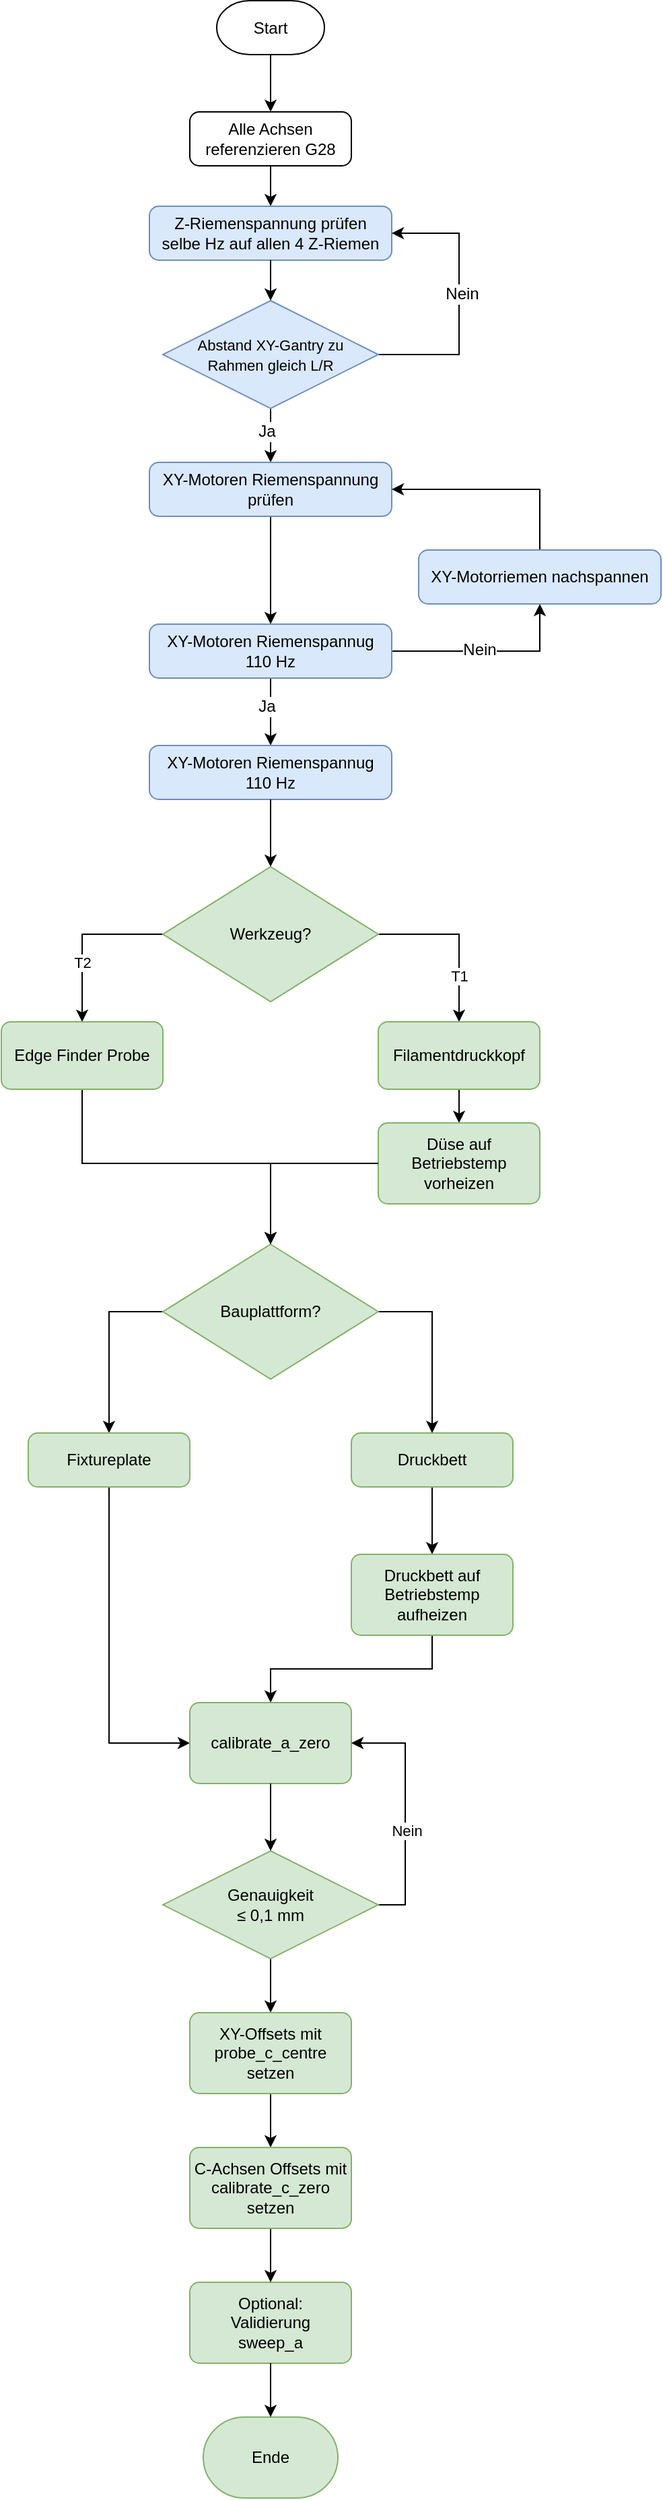
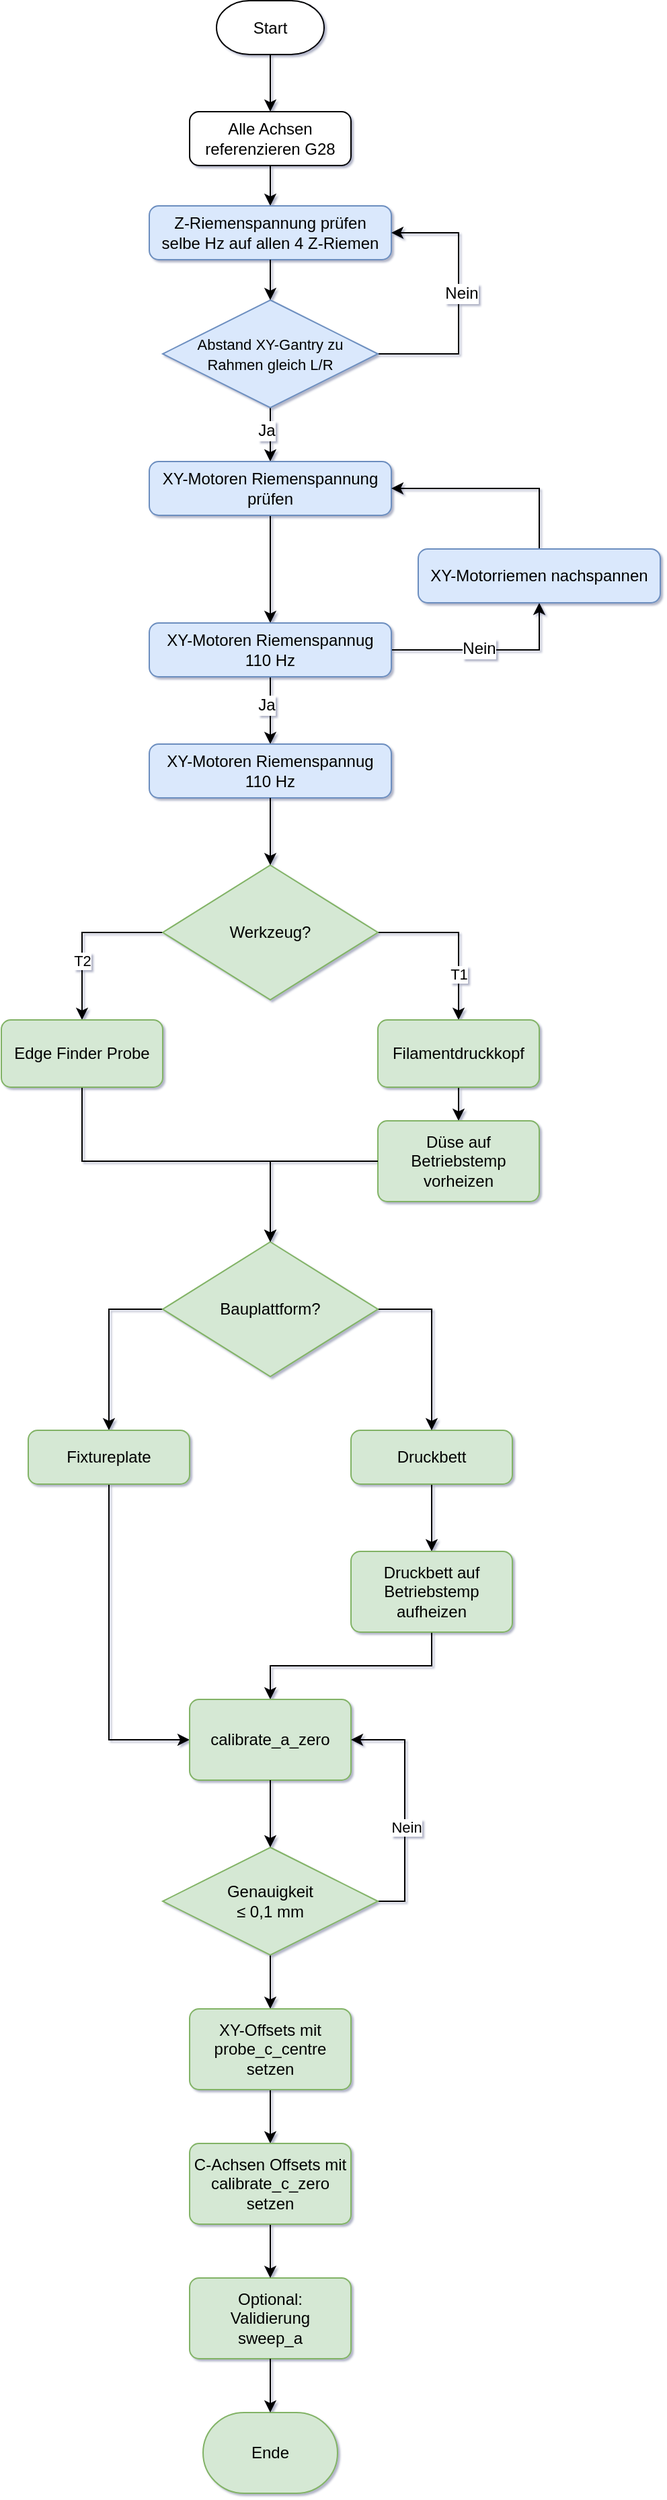
<mxfile host="app.diagrams.net" agent="5.0 (Windows NT 10.0; Win64; x64) AppleWebKit/537.36 (KHTML, like Gecko) Chrome/90.0.4430.212 Safari/537.36">
  <diagram name="Page-1" id="edf60f1a-56cd-e834-aa8a-f176f3a09ee4">
-     <mxGraphModel dx="2828" dy="1554" grid="1" gridSize="10" guides="1" tooltips="1" connect="1" arrows="1" fold="1" page="1" pageScale="1" pageWidth="827" pageHeight="1169" background="none" math="0" shadow="0">
+     <mxGraphModel dx="1285" dy="706" grid="1" gridSize="10" guides="1" tooltips="1" connect="1" arrows="1" fold="1" page="1" pageScale="1" pageWidth="827" pageHeight="1169" background="none" math="0" shadow="1">
      <root>
        <mxCell id="0" />
        <mxCell id="1" parent="0" />
        <mxCell id="6Rv4Ys9wquxRduYXBmIy-14" edge="1" parent="1" source="6Rv4Ys9wquxRduYXBmIy-1" style="edgeStyle=orthogonalEdgeStyle;rounded=0;orthogonalLoop=1;jettySize=auto;html=1;entryX=0.5;entryY=0;entryDx=0;entryDy=0;" target="_VjE9AJelsqWNRG-cR2B-2" value="">
          <mxGeometry relative="1" as="geometry">
            <mxPoint x="260" y="160" as="targetPoint" />
          </mxGeometry>
        </mxCell>
        <mxCell id="6Rv4Ys9wquxRduYXBmIy-1" parent="1" style="rounded=1;whiteSpace=wrap;html=1;strokeWidth=1;shape=mxgraph.flowchart.terminator;" value="Start" vertex="1">
          <mxGeometry height="40" width="80" x="220" y="77.5" as="geometry" />
        </mxCell>
        <mxCell id="_VjE9AJelsqWNRG-cR2B-6" edge="1" parent="1" source="_VjE9AJelsqWNRG-cR2B-2" style="edgeStyle=orthogonalEdgeStyle;rounded=0;orthogonalLoop=1;jettySize=auto;html=1;exitX=0.5;exitY=1;exitDx=0;exitDy=0;entryX=0.5;entryY=0;entryDx=0;entryDy=0;fontFamily=Helvetica;fontSize=12;fontColor=default;" target="_VjE9AJelsqWNRG-cR2B-5">
          <mxGeometry relative="1" as="geometry" />
        </mxCell>
        <mxCell id="_VjE9AJelsqWNRG-cR2B-2" parent="1" style="rounded=1;whiteSpace=wrap;html=1;absoluteArcSize=1;arcSize=14;strokeWidth=1;strokeColor=default;align=center;verticalAlign=middle;fontFamily=Helvetica;fontSize=12;fontColor=default;fillColor=default;" value="Alle Achsen referenzieren G28" vertex="1">
          <mxGeometry height="40" width="120" x="200" y="160" as="geometry" />
        </mxCell>
        <mxCell id="_VjE9AJelsqWNRG-cR2B-5" parent="1" style="rounded=1;whiteSpace=wrap;html=1;absoluteArcSize=1;arcSize=14;strokeWidth=1;strokeColor=#6c8ebf;align=center;verticalAlign=middle;fontFamily=Helvetica;fontSize=12;fillColor=#dae8fc;" value="Z-Riemenspannung prüfen&lt;div&gt;selbe Hz auf allen 4 Z-Riemen&lt;/div&gt;" vertex="1">
          <mxGeometry height="40" width="180" x="170" y="230" as="geometry" />
        </mxCell>
        <mxCell id="_VjE9AJelsqWNRG-cR2B-9" edge="1" parent="1" source="_VjE9AJelsqWNRG-cR2B-7" style="edgeStyle=orthogonalEdgeStyle;rounded=0;orthogonalLoop=1;jettySize=auto;html=1;exitX=1;exitY=0.5;exitDx=0;exitDy=0;exitPerimeter=0;entryX=1;entryY=0.5;entryDx=0;entryDy=0;fontFamily=Helvetica;fontSize=12;fontColor=default;" target="_VjE9AJelsqWNRG-cR2B-5">
          <mxGeometry relative="1" as="geometry">
            <Array as="points">
              <mxPoint x="400" y="340" />
              <mxPoint x="400" y="250" />
            </Array>
          </mxGeometry>
        </mxCell>
        <mxCell id="_VjE9AJelsqWNRG-cR2B-10" connectable="0" parent="_VjE9AJelsqWNRG-cR2B-9" style="edgeLabel;html=1;align=center;verticalAlign=middle;resizable=0;points=[];rounded=1;strokeColor=default;strokeWidth=1;arcSize=14;absoluteArcSize=1;fontFamily=Helvetica;fontSize=12;fontColor=default;fillColor=default;" value="Nein" vertex="1">
          <mxGeometry relative="1" x="0.0496" y="-2" as="geometry">
            <mxPoint as="offset" />
          </mxGeometry>
        </mxCell>
        <mxCell id="_VjE9AJelsqWNRG-cR2B-12" edge="1" parent="1" source="_VjE9AJelsqWNRG-cR2B-7" style="edgeStyle=orthogonalEdgeStyle;rounded=0;orthogonalLoop=1;jettySize=auto;html=1;exitX=0.5;exitY=1;exitDx=0;exitDy=0;exitPerimeter=0;entryX=0.5;entryY=0;entryDx=0;entryDy=0;fontFamily=Helvetica;fontSize=12;fontColor=default;" target="_VjE9AJelsqWNRG-cR2B-16">
          <mxGeometry relative="1" as="geometry">
            <mxPoint x="260" y="430" as="targetPoint" />
          </mxGeometry>
        </mxCell>
        <mxCell id="_VjE9AJelsqWNRG-cR2B-14" connectable="0" parent="_VjE9AJelsqWNRG-cR2B-12" style="edgeLabel;html=1;align=center;verticalAlign=middle;resizable=0;points=[];rounded=1;strokeColor=default;strokeWidth=1;arcSize=14;absoluteArcSize=1;fontFamily=Helvetica;fontSize=12;fontColor=default;fillColor=default;" value="Ja" vertex="1">
          <mxGeometry relative="1" x="-0.1467" y="-3" as="geometry">
            <mxPoint as="offset" />
          </mxGeometry>
        </mxCell>
        <mxCell id="_VjE9AJelsqWNRG-cR2B-7" parent="1" style="strokeWidth=1;html=1;shape=mxgraph.flowchart.decision;whiteSpace=wrap;rounded=1;strokeColor=#6c8ebf;align=center;verticalAlign=middle;arcSize=14;absoluteArcSize=1;fontFamily=Helvetica;fontSize=12;fillColor=#dae8fc;" value="&lt;font style=&quot;font-size: 11px;&quot;&gt;Abstand XY-Gantry zu&lt;br&gt;Rahmen gleich L/R&lt;/font&gt;" vertex="1">
          <mxGeometry height="80" width="160" x="180" y="300" as="geometry" />
        </mxCell>
        <mxCell id="_VjE9AJelsqWNRG-cR2B-8" edge="1" parent="1" source="_VjE9AJelsqWNRG-cR2B-5" style="edgeStyle=orthogonalEdgeStyle;rounded=0;orthogonalLoop=1;jettySize=auto;html=1;exitX=0.5;exitY=1;exitDx=0;exitDy=0;entryX=0.5;entryY=0;entryDx=0;entryDy=0;entryPerimeter=0;fontFamily=Helvetica;fontSize=12;fontColor=default;" target="_VjE9AJelsqWNRG-cR2B-7">
          <mxGeometry relative="1" as="geometry" />
        </mxCell>
        <mxCell id="_VjE9AJelsqWNRG-cR2B-20" edge="1" parent="1" source="_VjE9AJelsqWNRG-cR2B-16" style="edgeStyle=orthogonalEdgeStyle;rounded=0;orthogonalLoop=1;jettySize=auto;html=1;fontFamily=Helvetica;fontSize=12;fontColor=default;" target="_VjE9AJelsqWNRG-cR2B-19" value="">
          <mxGeometry relative="1" as="geometry" />
        </mxCell>
        <mxCell id="_VjE9AJelsqWNRG-cR2B-16" parent="1" style="rounded=1;whiteSpace=wrap;html=1;absoluteArcSize=1;arcSize=14;strokeWidth=1;strokeColor=#6c8ebf;align=center;verticalAlign=middle;fontFamily=Helvetica;fontSize=12;fillColor=#dae8fc;" value="XY-Motoren Riemenspannung prüfen" vertex="1">
          <mxGeometry height="40" width="180" x="170" y="420" as="geometry" />
        </mxCell>
        <mxCell id="_VjE9AJelsqWNRG-cR2B-23" edge="1" parent="1" source="_VjE9AJelsqWNRG-cR2B-19" style="edgeStyle=orthogonalEdgeStyle;rounded=0;orthogonalLoop=1;jettySize=auto;html=1;fontFamily=Helvetica;fontSize=12;fontColor=default;entryX=0.5;entryY=1;entryDx=0;entryDy=0;" target="_VjE9AJelsqWNRG-cR2B-22" value="">
          <mxGeometry relative="1" as="geometry" />
        </mxCell>
        <mxCell id="_VjE9AJelsqWNRG-cR2B-25" connectable="0" parent="_VjE9AJelsqWNRG-cR2B-23" style="edgeLabel;html=1;align=center;verticalAlign=middle;resizable=0;points=[];rounded=1;strokeColor=default;strokeWidth=1;arcSize=14;absoluteArcSize=1;fontFamily=Helvetica;fontSize=12;fontColor=default;fillColor=default;" value="Nein" vertex="1">
          <mxGeometry relative="1" x="-0.1088" y="1" as="geometry">
            <mxPoint as="offset" />
          </mxGeometry>
        </mxCell>
        <mxCell id="_VjE9AJelsqWNRG-cR2B-27" edge="1" parent="1" source="_VjE9AJelsqWNRG-cR2B-19" style="edgeStyle=orthogonalEdgeStyle;rounded=0;orthogonalLoop=1;jettySize=auto;html=1;fontFamily=Helvetica;fontSize=12;fontColor=default;" target="_VjE9AJelsqWNRG-cR2B-26" value="">
          <mxGeometry relative="1" as="geometry" />
        </mxCell>
        <mxCell id="_VjE9AJelsqWNRG-cR2B-28" connectable="0" parent="_VjE9AJelsqWNRG-cR2B-27" style="edgeLabel;html=1;align=center;verticalAlign=middle;resizable=0;points=[];rounded=1;strokeColor=default;strokeWidth=1;arcSize=14;absoluteArcSize=1;fontFamily=Helvetica;fontSize=12;fontColor=default;fillColor=default;" value="Ja" vertex="1">
          <mxGeometry relative="1" x="-0.176" y="-3" as="geometry">
            <mxPoint as="offset" />
          </mxGeometry>
        </mxCell>
        <mxCell id="_VjE9AJelsqWNRG-cR2B-19" parent="1" style="rounded=1;whiteSpace=wrap;html=1;absoluteArcSize=1;arcSize=14;strokeWidth=1;strokeColor=#6c8ebf;align=center;verticalAlign=middle;fontFamily=Helvetica;fontSize=12;fillColor=#dae8fc;" value="XY-Motoren Riemenspannug&lt;div&gt;110 Hz&lt;/div&gt;" vertex="1">
          <mxGeometry height="40" width="180" x="170" y="540" as="geometry" />
        </mxCell>
        <mxCell id="_VjE9AJelsqWNRG-cR2B-24" edge="1" parent="1" source="_VjE9AJelsqWNRG-cR2B-22" style="edgeStyle=orthogonalEdgeStyle;rounded=0;orthogonalLoop=1;jettySize=auto;html=1;exitX=0.5;exitY=0;exitDx=0;exitDy=0;entryX=1;entryY=0.5;entryDx=0;entryDy=0;fontFamily=Helvetica;fontSize=12;fontColor=default;" target="_VjE9AJelsqWNRG-cR2B-16">
          <mxGeometry relative="1" as="geometry" />
        </mxCell>
        <mxCell id="_VjE9AJelsqWNRG-cR2B-22" parent="1" style="rounded=1;whiteSpace=wrap;html=1;absoluteArcSize=1;arcSize=14;strokeWidth=1;strokeColor=#6c8ebf;align=center;verticalAlign=middle;fontFamily=Helvetica;fontSize=12;fillColor=#dae8fc;" value="XY-Motorriemen nachspannen" vertex="1">
          <mxGeometry height="40" width="180" x="370" y="485" as="geometry" />
        </mxCell>
        <mxCell id="_VjE9AJelsqWNRG-cR2B-26" parent="1" style="rounded=1;whiteSpace=wrap;html=1;absoluteArcSize=1;arcSize=14;strokeWidth=1;strokeColor=#6c8ebf;align=center;verticalAlign=middle;fontFamily=Helvetica;fontSize=12;fillColor=#dae8fc;" value="XY-Motoren Riemenspannug&lt;div&gt;110 Hz&lt;/div&gt;" vertex="1">
          <mxGeometry height="40" width="180" x="170" y="630" as="geometry" />
        </mxCell>
        <mxCell id="yzWLUrRVBPCjE_x2O5sb-3" edge="1" parent="1" source="_VjE9AJelsqWNRG-cR2B-31" style="edgeStyle=orthogonalEdgeStyle;rounded=0;orthogonalLoop=1;jettySize=auto;html=1;exitX=0;exitY=0.5;exitDx=0;exitDy=0;exitPerimeter=0;entryX=0.5;entryY=0;entryDx=0;entryDy=0;" target="_VjE9AJelsqWNRG-cR2B-47">
          <mxGeometry relative="1" as="geometry" />
        </mxCell>
        <mxCell id="yzWLUrRVBPCjE_x2O5sb-6" connectable="0" parent="yzWLUrRVBPCjE_x2O5sb-3" style="edgeLabel;html=1;align=center;verticalAlign=middle;resizable=0;points=[];" value="T2" vertex="1">
          <mxGeometry relative="1" x="0.0798" y="-2" as="geometry">
            <mxPoint x="2" y="13" as="offset" />
          </mxGeometry>
        </mxCell>
        <mxCell id="yzWLUrRVBPCjE_x2O5sb-4" edge="1" parent="1" source="_VjE9AJelsqWNRG-cR2B-31" style="edgeStyle=orthogonalEdgeStyle;rounded=0;orthogonalLoop=1;jettySize=auto;html=1;exitX=1;exitY=0.5;exitDx=0;exitDy=0;exitPerimeter=0;entryX=0.5;entryY=0;entryDx=0;entryDy=0;" target="_VjE9AJelsqWNRG-cR2B-33">
          <mxGeometry relative="1" as="geometry" />
        </mxCell>
        <mxCell id="yzWLUrRVBPCjE_x2O5sb-5" connectable="0" parent="yzWLUrRVBPCjE_x2O5sb-4" style="edgeLabel;html=1;align=center;verticalAlign=middle;resizable=0;points=[];" value="T1" vertex="1">
          <mxGeometry relative="1" x="0.1738" y="2" as="geometry">
            <mxPoint x="-2" y="17" as="offset" />
          </mxGeometry>
        </mxCell>
        <mxCell id="_VjE9AJelsqWNRG-cR2B-31" parent="1" style="strokeWidth=1;html=1;shape=mxgraph.flowchart.decision;whiteSpace=wrap;rounded=1;align=center;verticalAlign=middle;arcSize=14;absoluteArcSize=1;fontFamily=Helvetica;fontSize=12;fillColor=#d5e8d4;strokeColor=#82b366;" value="Werkzeug?" vertex="1">
          <mxGeometry height="100" width="160" x="180" y="720" as="geometry" />
        </mxCell>
        <mxCell id="_VjE9AJelsqWNRG-cR2B-32" edge="1" parent="1" source="_VjE9AJelsqWNRG-cR2B-26" style="edgeStyle=orthogonalEdgeStyle;rounded=0;orthogonalLoop=1;jettySize=auto;html=1;exitX=0.5;exitY=1;exitDx=0;exitDy=0;entryX=0.5;entryY=0;entryDx=0;entryDy=0;entryPerimeter=0;fontFamily=Helvetica;fontSize=12;fontColor=default;" target="_VjE9AJelsqWNRG-cR2B-31">
          <mxGeometry relative="1" as="geometry" />
        </mxCell>
        <mxCell id="yzWLUrRVBPCjE_x2O5sb-7" edge="1" parent="1" source="_VjE9AJelsqWNRG-cR2B-33" style="edgeStyle=orthogonalEdgeStyle;rounded=0;orthogonalLoop=1;jettySize=auto;html=1;exitX=0.5;exitY=1;exitDx=0;exitDy=0;entryX=0.5;entryY=0;entryDx=0;entryDy=0;" target="_VjE9AJelsqWNRG-cR2B-52">
          <mxGeometry relative="1" as="geometry" />
        </mxCell>
        <mxCell id="_VjE9AJelsqWNRG-cR2B-33" parent="1" style="whiteSpace=wrap;html=1;strokeWidth=1;rounded=1;arcSize=14;absoluteArcSize=1;fillColor=#d5e8d4;strokeColor=#82b366;" value="Filamentdruckkopf" vertex="1">
          <mxGeometry height="50" width="120" x="340" y="835" as="geometry" />
        </mxCell>
        <mxCell id="-hY4OvKay7_CAMQPIOxO-2" edge="1" parent="1" source="_VjE9AJelsqWNRG-cR2B-36" style="edgeStyle=orthogonalEdgeStyle;rounded=0;orthogonalLoop=1;jettySize=auto;html=1;" target="-hY4OvKay7_CAMQPIOxO-1" value="">
          <mxGeometry relative="1" as="geometry" />
        </mxCell>
        <mxCell id="_VjE9AJelsqWNRG-cR2B-36" parent="1" style="whiteSpace=wrap;html=1;strokeWidth=1;rounded=1;arcSize=14;absoluteArcSize=1;fillColor=#d5e8d4;strokeColor=#82b366;" value="Druckbett" vertex="1">
          <mxGeometry height="40" width="120" x="320" y="1140" as="geometry" />
        </mxCell>
        <mxCell id="_VjE9AJelsqWNRG-cR2B-73" edge="1" parent="1" source="_VjE9AJelsqWNRG-cR2B-42" style="edgeStyle=orthogonalEdgeStyle;rounded=0;orthogonalLoop=1;jettySize=auto;html=1;exitX=1;exitY=0.5;exitDx=0;exitDy=0;exitPerimeter=0;entryX=0.5;entryY=0;entryDx=0;entryDy=0;fontFamily=Helvetica;fontSize=12;fontColor=default;" target="_VjE9AJelsqWNRG-cR2B-36">
          <mxGeometry relative="1" as="geometry" />
        </mxCell>
        <mxCell id="_VjE9AJelsqWNRG-cR2B-74" edge="1" parent="1" source="_VjE9AJelsqWNRG-cR2B-42" style="edgeStyle=orthogonalEdgeStyle;rounded=0;orthogonalLoop=1;jettySize=auto;html=1;exitX=0;exitY=0.5;exitDx=0;exitDy=0;exitPerimeter=0;entryX=0.5;entryY=0;entryDx=0;entryDy=0;fontFamily=Helvetica;fontSize=12;fontColor=default;" target="_VjE9AJelsqWNRG-cR2B-45">
          <mxGeometry relative="1" as="geometry" />
        </mxCell>
        <mxCell id="_VjE9AJelsqWNRG-cR2B-42" parent="1" style="strokeWidth=1;html=1;shape=mxgraph.flowchart.decision;whiteSpace=wrap;rounded=1;align=center;verticalAlign=middle;arcSize=14;absoluteArcSize=1;fontFamily=Helvetica;fontSize=12;fillColor=#d5e8d4;strokeColor=#82b366;" value="Bauplattform?" vertex="1">
          <mxGeometry height="100" width="160" x="180" y="1000" as="geometry" />
        </mxCell>
        <mxCell id="yzWLUrRVBPCjE_x2O5sb-12" edge="1" parent="1" source="_VjE9AJelsqWNRG-cR2B-45" style="edgeStyle=orthogonalEdgeStyle;rounded=0;orthogonalLoop=1;jettySize=auto;html=1;entryX=0;entryY=0.5;entryDx=0;entryDy=0;" target="-hY4OvKay7_CAMQPIOxO-3" value="">
          <mxGeometry relative="1" as="geometry">
            <mxPoint x="140" y="1230" as="targetPoint" />
          </mxGeometry>
        </mxCell>
        <mxCell id="_VjE9AJelsqWNRG-cR2B-45" parent="1" style="whiteSpace=wrap;html=1;strokeWidth=1;rounded=1;arcSize=14;absoluteArcSize=1;fillColor=#d5e8d4;strokeColor=#82b366;" value="Fixtureplate" vertex="1">
          <mxGeometry height="40" width="120" x="80" y="1140" as="geometry" />
        </mxCell>
        <mxCell id="yzWLUrRVBPCjE_x2O5sb-10" edge="1" parent="1" source="_VjE9AJelsqWNRG-cR2B-47" style="edgeStyle=orthogonalEdgeStyle;rounded=0;orthogonalLoop=1;jettySize=auto;html=1;exitX=0.5;exitY=1;exitDx=0;exitDy=0;">
          <mxGeometry relative="1" as="geometry">
            <Array as="points">
              <mxPoint x="120" y="940" />
              <mxPoint x="260" y="940" />
            </Array>
            <mxPoint x="260" y="1000" as="targetPoint" />
          </mxGeometry>
        </mxCell>
        <mxCell id="_VjE9AJelsqWNRG-cR2B-47" parent="1" style="whiteSpace=wrap;html=1;strokeWidth=1;rounded=1;arcSize=14;absoluteArcSize=1;fillColor=#d5e8d4;strokeColor=#82b366;" value="Edge Finder Probe" vertex="1">
          <mxGeometry height="50" width="120" x="60" y="835" as="geometry" />
        </mxCell>
        <mxCell id="_VjE9AJelsqWNRG-cR2B-52" parent="1" style="whiteSpace=wrap;html=1;strokeWidth=1;rounded=1;arcSize=14;absoluteArcSize=1;fillColor=#d5e8d4;strokeColor=#82b366;" value="Düse auf Betriebstemp vorheizen" vertex="1">
          <mxGeometry height="60" width="120" x="340" y="910" as="geometry" />
        </mxCell>
        <mxCell id="yzWLUrRVBPCjE_x2O5sb-14" edge="1" parent="1" source="-hY4OvKay7_CAMQPIOxO-1" style="edgeStyle=orthogonalEdgeStyle;rounded=0;orthogonalLoop=1;jettySize=auto;html=1;exitX=0.5;exitY=1;exitDx=0;exitDy=0;entryX=0.5;entryY=0;entryDx=0;entryDy=0;" target="-hY4OvKay7_CAMQPIOxO-3">
          <mxGeometry relative="1" as="geometry" />
        </mxCell>
        <mxCell id="-hY4OvKay7_CAMQPIOxO-1" parent="1" style="whiteSpace=wrap;html=1;strokeWidth=1;rounded=1;arcSize=14;absoluteArcSize=1;fillColor=#d5e8d4;strokeColor=#82b366;" value="Druckbett auf Betriebstemp&lt;br&gt;aufheizen" vertex="1">
          <mxGeometry height="60" width="120" x="320" y="1230" as="geometry" />
        </mxCell>
        <mxCell id="-hY4OvKay7_CAMQPIOxO-3" parent="1" style="whiteSpace=wrap;html=1;strokeWidth=1;rounded=1;arcSize=14;absoluteArcSize=1;fillColor=#d5e8d4;strokeColor=#82b366;" value="calibrate_a_zero" vertex="1">
          <mxGeometry height="60" width="120" x="200" y="1340" as="geometry" />
        </mxCell>
        <mxCell id="-hY4OvKay7_CAMQPIOxO-7" edge="1" parent="1" source="-hY4OvKay7_CAMQPIOxO-5" style="edgeStyle=orthogonalEdgeStyle;rounded=0;orthogonalLoop=1;jettySize=auto;html=1;exitX=1;exitY=0.5;exitDx=0;exitDy=0;exitPerimeter=0;entryX=1;entryY=0.5;entryDx=0;entryDy=0;" target="-hY4OvKay7_CAMQPIOxO-3">
          <mxGeometry relative="1" as="geometry" />
        </mxCell>
        <mxCell id="-hY4OvKay7_CAMQPIOxO-8" connectable="0" parent="-hY4OvKay7_CAMQPIOxO-7" style="edgeLabel;html=1;align=center;verticalAlign=middle;resizable=0;points=[];" value="Nein" vertex="1">
          <mxGeometry relative="1" x="-0.1603" y="-1" as="geometry">
            <mxPoint as="offset" />
          </mxGeometry>
        </mxCell>
        <mxCell id="yzWLUrRVBPCjE_x2O5sb-16" edge="1" parent="1" source="-hY4OvKay7_CAMQPIOxO-5" style="edgeStyle=orthogonalEdgeStyle;rounded=0;orthogonalLoop=1;jettySize=auto;html=1;" target="yzWLUrRVBPCjE_x2O5sb-15" value="">
          <mxGeometry relative="1" as="geometry" />
        </mxCell>
        <mxCell id="-hY4OvKay7_CAMQPIOxO-5" parent="1" style="strokeWidth=1;html=1;shape=mxgraph.flowchart.decision;whiteSpace=wrap;rounded=1;align=center;verticalAlign=middle;arcSize=14;absoluteArcSize=1;fontFamily=Helvetica;fontSize=12;fillColor=#d5e8d4;strokeColor=#82b366;" value="Genauigkeit&lt;br&gt;≤ 0,1 mm" vertex="1">
          <mxGeometry height="80" width="160" x="180" y="1450" as="geometry" />
        </mxCell>
        <mxCell id="-hY4OvKay7_CAMQPIOxO-6" edge="1" parent="1" source="-hY4OvKay7_CAMQPIOxO-3" style="edgeStyle=orthogonalEdgeStyle;rounded=0;orthogonalLoop=1;jettySize=auto;html=1;exitX=0.5;exitY=1;exitDx=0;exitDy=0;entryX=0.5;entryY=0;entryDx=0;entryDy=0;entryPerimeter=0;" target="-hY4OvKay7_CAMQPIOxO-5">
          <mxGeometry relative="1" as="geometry" />
        </mxCell>
        <mxCell id="-hY4OvKay7_CAMQPIOxO-9" parent="1" style="whiteSpace=wrap;html=1;strokeWidth=1;rounded=1;arcSize=14;absoluteArcSize=1;fillColor=#d5e8d4;strokeColor=#82b366;" value="Optional: &lt;br&gt;Validierung&lt;br&gt;sweep_a" vertex="1">
          <mxGeometry height="60" width="120" x="200" y="1770" as="geometry" />
        </mxCell>
        <mxCell id="-hY4OvKay7_CAMQPIOxO-11" parent="1" style="strokeWidth=1;html=1;shape=mxgraph.flowchart.terminator;whiteSpace=wrap;fillColor=#d5e8d4;strokeColor=#82b366;" value="Ende" vertex="1">
          <mxGeometry height="60" width="100" x="210" y="1870" as="geometry" />
        </mxCell>
        <mxCell id="yzWLUrRVBPCjE_x2O5sb-9" edge="1" parent="1" source="_VjE9AJelsqWNRG-cR2B-52" style="edgeStyle=orthogonalEdgeStyle;rounded=0;orthogonalLoop=1;jettySize=auto;html=1;exitX=0;exitY=0.5;exitDx=0;exitDy=0;entryX=0.5;entryY=0;entryDx=0;entryDy=0;entryPerimeter=0;" target="_VjE9AJelsqWNRG-cR2B-42">
          <mxGeometry relative="1" as="geometry">
            <Array as="points">
              <mxPoint x="260" y="940" />
            </Array>
          </mxGeometry>
        </mxCell>
        <mxCell id="yzWLUrRVBPCjE_x2O5sb-18" edge="1" parent="1" source="yzWLUrRVBPCjE_x2O5sb-15" style="edgeStyle=orthogonalEdgeStyle;rounded=0;orthogonalLoop=1;jettySize=auto;html=1;" target="yzWLUrRVBPCjE_x2O5sb-17" value="">
          <mxGeometry relative="1" as="geometry" />
        </mxCell>
        <mxCell id="yzWLUrRVBPCjE_x2O5sb-15" parent="1" style="whiteSpace=wrap;html=1;strokeWidth=1;rounded=1;arcSize=14;absoluteArcSize=1;fillColor=#d5e8d4;strokeColor=#82b366;" value="XY-Offsets mit&lt;div&gt;probe_c_centre setzen&lt;/div&gt;" vertex="1">
          <mxGeometry height="60" width="120" x="200" y="1570" as="geometry" />
        </mxCell>
        <mxCell id="yzWLUrRVBPCjE_x2O5sb-19" edge="1" parent="1" source="yzWLUrRVBPCjE_x2O5sb-17" style="edgeStyle=orthogonalEdgeStyle;rounded=0;orthogonalLoop=1;jettySize=auto;html=1;exitX=0.5;exitY=1;exitDx=0;exitDy=0;entryX=0.5;entryY=0;entryDx=0;entryDy=0;" target="-hY4OvKay7_CAMQPIOxO-9">
          <mxGeometry relative="1" as="geometry" />
        </mxCell>
        <mxCell id="yzWLUrRVBPCjE_x2O5sb-17" parent="1" style="whiteSpace=wrap;html=1;strokeWidth=1;rounded=1;arcSize=14;absoluteArcSize=1;fillColor=#d5e8d4;strokeColor=#82b366;" value="C-Achsen Offsets mit calibrate_c_zero setzen" vertex="1">
          <mxGeometry height="60" width="120" x="200" y="1670" as="geometry" />
        </mxCell>
        <mxCell id="yzWLUrRVBPCjE_x2O5sb-20" edge="1" parent="1" source="-hY4OvKay7_CAMQPIOxO-9" style="edgeStyle=orthogonalEdgeStyle;rounded=0;orthogonalLoop=1;jettySize=auto;html=1;exitX=0.5;exitY=1;exitDx=0;exitDy=0;entryX=0.5;entryY=0;entryDx=0;entryDy=0;entryPerimeter=0;" target="-hY4OvKay7_CAMQPIOxO-11">
          <mxGeometry relative="1" as="geometry" />
        </mxCell>
      </root>
    </mxGraphModel>
  </diagram>
</mxfile>
